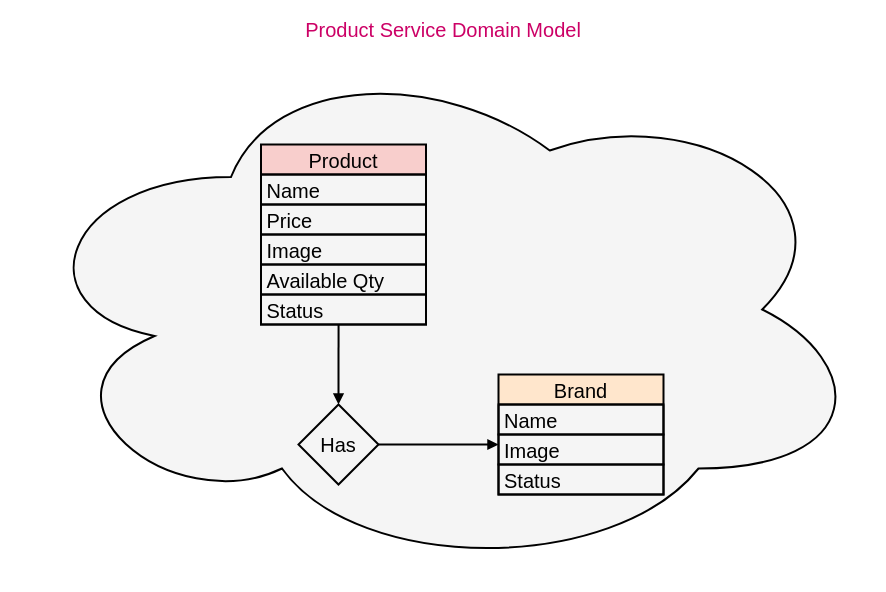
Before: docs/diagram/product_service_domain_model.drawio in dudhwalas/dudhwala, a draw.io diagram. Source tidied: cells renumbered, new cells numbered last; positions are measured from the earlier drawing's top-left corner, leaving out a move shared by most shapes. Both pictures are drawn from the tidied source at 100%, with x=0, y=0 at pixel (18, 44).
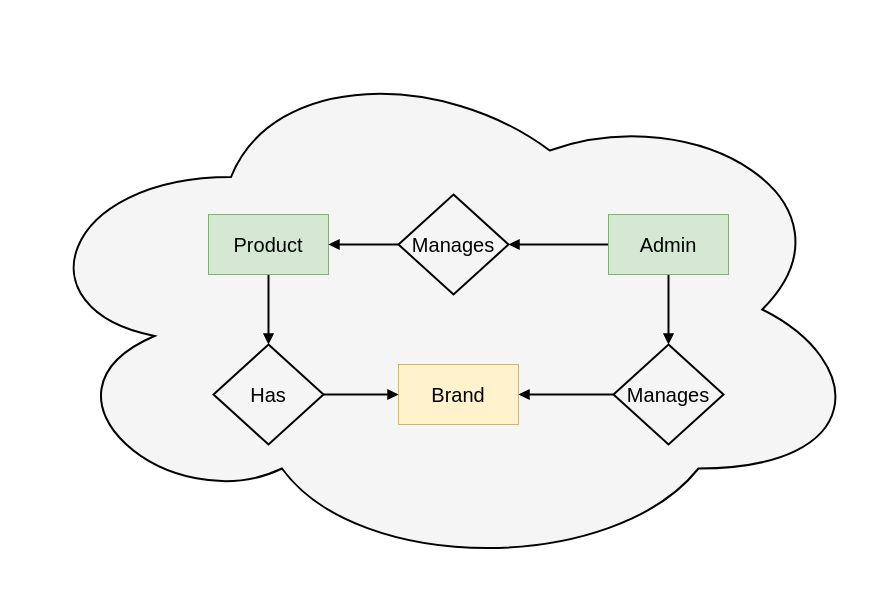
After the change.

Commit message (it also covers changes not shown here):
updated product domain model

What changed in the source:
```diff
@@
 <mxGraphModel>
   <root>
     <mxCell id="0" />
     <mxCell id="1" parent="0" />
-    <mxCell id="2" value="Product Service Domain Model" style="ellipse;shape=cloud;whiteSpace=wrap;html=1;fillColor=#f5f5f5;fontColor=#CC0066;strokeColor=#000000;strokeWidth=2;labelPosition=center;verticalLabelPosition=top;align=center;verticalAlign=bottom;fontSize=20;" parent="1" vertex="1">
+    <mxCell id="2" style="ellipse;shape=cloud;whiteSpace=wrap;html=1;fillColor=#f5f5f5;fontColor=#CC0066;strokeColor=#000000;strokeWidth=2;labelPosition=center;verticalLabelPosition=top;align=center;verticalAlign=bottom;fontSize=20;spacing=-32;labelBackgroundColor=none;" parent="1" vertex="1">
       <mxGeometry width="850" height="530" as="geometry" />
     </mxCell>
+    <mxCell id="16" style="edgeStyle=none;html=1;exitX=0.5;exitY=1;exitDx=0;exitDy=0;fontSize=20;strokeWidth=2;endArrow=block;endFill=1;" parent="1" edge="1" source="3" target="13">
+      <mxGeometry relative="1" as="geometry" />
+    </mxCell>
-    <mxCell id="3" value="Product" style="swimlane;fontStyle=0;horizontal=1;startSize=30;fillColor=#f8cecc;strokeColor=#000000;fontSize=20;strokeWidth=2;" parent="1" vertex="1">
-      <mxGeometry x="242.5" y="100" width="165" height="180" as="geometry" />
+    <mxCell id="3" value="Product" style="rounded=0;whiteSpace=wrap;html=1;labelBackgroundColor=none;labelBorderColor=none;spacing=0;fontSize=20;fillColor=#d5e8d4;strokeColor=#82b366;sketch=0;glass=0;" parent="1" vertex="1">
+      <mxGeometry x="190" y="170" width="120" height="60" as="geometry" />
     </mxCell>
-    <mxCell id="4" value="Name" style="text;strokeColor=#000000;fillColor=none;align=left;verticalAlign=middle;spacingLeft=4;spacingRight=4;overflow=hidden;fontSize=20;strokeWidth=2;" parent="3" vertex="1">
-      <mxGeometry y="30" width="165" height="30" as="geometry" />
-    </mxCell>
-    <mxCell id="5" value="Price" style="text;strokeColor=#000000;fillColor=none;align=left;verticalAlign=middle;spacingLeft=4;spacingRight=4;overflow=hidden;fontSize=20;strokeWidth=2;" parent="3" vertex="1">
-      <mxGeometry y="60" width="165" height="30" as="geometry" />
-    </mxCell>
-    <mxCell id="6" value="Image" style="text;strokeColor=#000000;fillColor=none;align=left;verticalAlign=middle;spacingLeft=4;spacingRight=4;overflow=hidden;fontSize=20;strokeWidth=2;" parent="3" vertex="1">
-      <mxGeometry y="90" width="165" height="30" as="geometry" />
-    </mxCell>
-    <mxCell id="7" value="Available Qty" style="text;strokeColor=#000000;fillColor=none;align=left;verticalAlign=middle;spacingLeft=4;spacingRight=4;overflow=hidden;fontSize=20;strokeWidth=2;" parent="3" vertex="1">
-      <mxGeometry y="120" width="165" height="30" as="geometry" />
-    </mxCell>
-    <mxCell id="8" value="Status" style="text;strokeColor=#000000;fillColor=none;align=left;verticalAlign=middle;spacingLeft=4;spacingRight=4;overflow=hidden;points=[[0,0.5],[1,0.5]];portConstraint=eastwest;fontSize=20;strokeWidth=2;" parent="3" vertex="1">
-      <mxGeometry y="150" width="165" height="30" as="geometry" />
-    </mxCell>
-    <mxCell id="9" value="Brand" style="swimlane;fontStyle=0;horizontal=1;startSize=30;fillColor=#ffe6cc;strokeColor=#000000;fontSize=20;strokeWidth=2;" parent="1" vertex="1">
-      <mxGeometry x="480" y="330" width="165" height="120" as="geometry" />
+    <mxCell id="9" value="Brand" style="rounded=0;whiteSpace=wrap;html=1;labelBackgroundColor=none;labelBorderColor=none;spacing=0;fontSize=20;fillColor=#fff2cc;strokeColor=#d6b656;sketch=0;glass=0;" parent="1" vertex="1">
+      <mxGeometry x="380" y="320" width="120" height="60" as="geometry" />
     </mxCell>
-    <mxCell id="10" value="Name" style="text;strokeColor=#000000;fillColor=none;align=left;verticalAlign=middle;spacingLeft=4;spacingRight=4;overflow=hidden;fontSize=20;strokeWidth=2;" parent="9" vertex="1">
-      <mxGeometry y="30" width="165" height="30" as="geometry" />
-    </mxCell>
-    <mxCell id="11" value="Image" style="text;strokeColor=#000000;fillColor=none;align=left;verticalAlign=middle;spacingLeft=4;spacingRight=4;overflow=hidden;fontSize=20;strokeWidth=2;" parent="9" vertex="1">
-      <mxGeometry y="60" width="165" height="30" as="geometry" />
-    </mxCell>
-    <mxCell id="12" value="Status" style="text;strokeColor=#000000;fillColor=none;align=left;verticalAlign=middle;spacingLeft=4;spacingRight=4;overflow=hidden;fontSize=20;strokeWidth=2;" parent="9" vertex="1">
-      <mxGeometry y="90" width="165" height="30" as="geometry" />
-    </mxCell>
+    <mxCell id="17" style="edgeStyle=none;html=1;exitX=0;exitY=0.5;exitDx=0;exitDy=0;entryX=1;entryY=0.5;entryDx=0;entryDy=0;fontSize=20;strokeWidth=2;endArrow=block;endFill=1;" parent="1" edge="1" source="19" target="21">
+      <mxGeometry relative="1" as="geometry" />
+    </mxCell>
+    <mxCell id="18" style="edgeStyle=none;html=1;exitX=0.5;exitY=1;exitDx=0;exitDy=0;entryX=0.5;entryY=0;entryDx=0;entryDy=0;fontSize=20;strokeWidth=2;endArrow=block;endFill=1;" parent="1" edge="1" source="19" target="23">
+      <mxGeometry relative="1" as="geometry" />
+    </mxCell>
+    <mxCell id="19" value="Admin" style="rounded=0;whiteSpace=wrap;html=1;labelBackgroundColor=none;labelBorderColor=none;spacing=0;fontSize=20;fillColor=#d5e8d4;strokeColor=#82b366;sketch=0;glass=0;" parent="1" vertex="1">
+      <mxGeometry x="590" y="170" width="120" height="60" as="geometry" />
+    </mxCell>
+    <mxCell id="20" style="edgeStyle=none;html=1;exitX=0;exitY=0.5;exitDx=0;exitDy=0;entryX=1;entryY=0.5;entryDx=0;entryDy=0;fontSize=20;strokeWidth=2;endArrow=block;endFill=1;" parent="1" edge="1" source="21" target="3">
+      <mxGeometry relative="1" as="geometry" />
+    </mxCell>
+    <mxCell id="21" value="Manages" style="rhombus;whiteSpace=wrap;html=1;fontSize=20;fillColor=none;strokeWidth=2;strokeColor=#000000;" parent="1" vertex="1">
+      <mxGeometry x="380" y="150" width="110" height="100" as="geometry" />
+    </mxCell>
+    <mxCell id="22" style="edgeStyle=none;html=1;exitX=0;exitY=0.5;exitDx=0;exitDy=0;fontSize=20;strokeWidth=2;endArrow=block;endFill=1;" parent="1" edge="1" source="23" target="9">
+      <mxGeometry relative="1" as="geometry" />
+    </mxCell>
+    <mxCell id="23" value="Manages" style="rhombus;whiteSpace=wrap;html=1;fontSize=20;fillColor=none;strokeWidth=2;strokeColor=#000000;" parent="1" vertex="1">
+      <mxGeometry x="595" y="300" width="110" height="100" as="geometry" />
+    </mxCell>
+    <mxCell id="24" style="edgeStyle=none;html=1;exitX=1;exitY=0.5;exitDx=0;exitDy=0;fontSize=20;strokeWidth=2;endArrow=block;endFill=1;" parent="1" edge="1" source="13" target="9">
+      <mxGeometry relative="1" as="geometry" />
+    </mxCell>
     <mxCell id="13" value="Has" style="rhombus;whiteSpace=wrap;html=1;fontSize=20;fillColor=none;strokeWidth=2;strokeColor=#000000;" parent="1" vertex="1">
-      <mxGeometry x="280" y="360" width="80" height="80" as="geometry" />
+      <mxGeometry x="195" y="300" width="110" height="100" as="geometry" />
     </mxCell>
-    <mxCell id="14" style="edgeStyle=none;html=1;exitX=0.47;exitY=1;exitDx=0;exitDy=0;entryX=0.5;entryY=0;entryDx=0;entryDy=0;fontSize=20;exitPerimeter=0;endArrow=block;endFill=1;strokeWidth=2;strokeColor=#000000;" parent="1" edge="1" source="8" target="13">
-      <mxGeometry relative="1" as="geometry" />
-    </mxCell>
-    <mxCell id="15" style="edgeStyle=none;html=1;exitX=1;exitY=0.5;exitDx=0;exitDy=0;fontSize=20;endArrow=block;endFill=1;strokeWidth=2;strokeColor=#000000;" parent="1" edge="1" source="13">
-      <mxGeometry relative="1" as="geometry">
-        <mxPoint x="480" y="400" as="targetPoint" />
-      </mxGeometry>
-    </mxCell>
   </root>
 </mxGraphModel>
```
